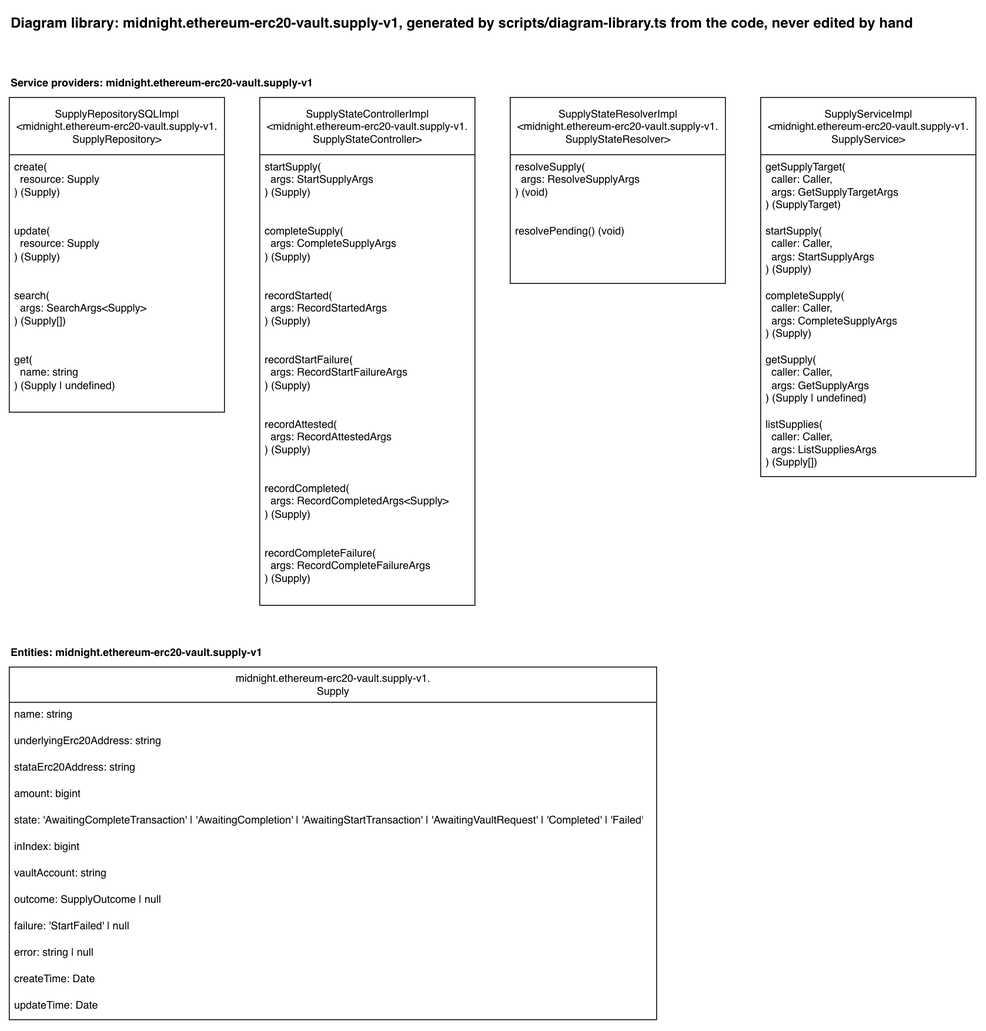
Before: docs/diagram-library/midnight/ethereum-erc20-vault/supply-v1/diagram-library.drawio.png, a diagram exported from draw.io (sig-net/full-stack-demo). Source tidied: cells renumbered, new cells last; positions are measured from the earlier drawing's top-left corner, leaving out a move shared by most shapes. The source it was exported from:
```xml
<mxGraphModel>
  <root>
    <mxCell id="0" />
    <mxCell id="1" parent="0" />
    <mxCell id="2" value="Diagram library: midnight.ethereum-erc20-vault.supply-v1, generated by scripts/diagram-library.ts from the code, never edited by hand" style="text;html=1;fontStyle=1;fontSize=16;" parent="1" vertex="1">
      <mxGeometry width="1064" height="30" as="geometry" />
    </mxCell>
    <mxCell id="3" value="Service providers: midnight.ethereum-erc20-vault.supply-v1" style="text;html=1;fontStyle=1;" parent="1" vertex="1">
      <mxGeometry y="70" width="369" height="20" as="geometry" />
    </mxCell>
    <mxCell id="4" value="SupplyRepositorySQLImpl&lt;br&gt;&amp;lt;midnight.ethereum-erc20-vault.supply-v1.&lt;br&gt;SupplyRepository&amp;gt;" style="swimlane;fontStyle=0;horizontal=1;startSize=65;fillColor=default;html=1;fillStyle=solid;" parent="1" vertex="1">
      <mxGeometry y="100" width="244" height="357" as="geometry" />
    </mxCell>
    <mxCell id="5" value="create(&lt;br&gt;&amp;nbsp; resource: Supply&lt;br&gt;) (Supply)" style="text;strokeColor=none;fillColor=none;align=left;verticalAlign=top;spacingLeft=4;spacingRight=4;overflow=hidden;whiteSpace=wrap;html=1;" parent="4" vertex="1">
      <mxGeometry y="65" width="244" height="73" as="geometry" />
    </mxCell>
    <mxCell id="6" value="update(&lt;br&gt;&amp;nbsp; resource: Supply&lt;br&gt;) (Supply)" style="text;strokeColor=none;fillColor=none;align=left;verticalAlign=top;spacingLeft=4;spacingRight=4;overflow=hidden;whiteSpace=wrap;html=1;" parent="4" vertex="1">
      <mxGeometry y="138" width="244" height="73" as="geometry" />
    </mxCell>
    <mxCell id="7" value="search(&lt;br&gt;&amp;nbsp; args: SearchArgs&amp;lt;Supply&amp;gt;&lt;br&gt;) (Supply[])" style="text;strokeColor=none;fillColor=none;align=left;verticalAlign=top;spacingLeft=4;spacingRight=4;overflow=hidden;whiteSpace=wrap;html=1;" parent="4" vertex="1">
      <mxGeometry y="211" width="244" height="73" as="geometry" />
    </mxCell>
    <mxCell id="8" value="get(&lt;br&gt;&amp;nbsp; name: string&lt;br&gt;) (Supply | undefined)" style="text;strokeColor=none;fillColor=none;align=left;verticalAlign=top;spacingLeft=4;spacingRight=4;overflow=hidden;whiteSpace=wrap;html=1;" parent="4" vertex="1">
      <mxGeometry y="284" width="244" height="73" as="geometry" />
    </mxCell>
    <mxCell id="9" value="SupplyStateControllerImpl&lt;br&gt;&amp;lt;midnight.ethereum-erc20-vault.supply-v1.&lt;br&gt;SupplyStateController&amp;gt;" style="swimlane;fontStyle=0;horizontal=1;startSize=65;fillColor=default;html=1;fillStyle=solid;" parent="1" vertex="1">
      <mxGeometry x="284" y="100" width="244" height="576" as="geometry" />
    </mxCell>
    <mxCell id="10" value="startSupply(&lt;br&gt;&amp;nbsp; args: StartSupplyArgs&lt;br&gt;) (Supply)" style="text;strokeColor=none;fillColor=none;align=left;verticalAlign=top;spacingLeft=4;spacingRight=4;overflow=hidden;whiteSpace=wrap;html=1;" parent="9" vertex="1">
      <mxGeometry y="65" width="244" height="73" as="geometry" />
    </mxCell>
    <mxCell id="11" value="completeSupply(&lt;br&gt;&amp;nbsp; args: CompleteSupplyArgs&lt;br&gt;) (Supply)" style="text;strokeColor=none;fillColor=none;align=left;verticalAlign=top;spacingLeft=4;spacingRight=4;overflow=hidden;whiteSpace=wrap;html=1;" parent="9" vertex="1">
      <mxGeometry y="138" width="244" height="73" as="geometry" />
    </mxCell>
    <mxCell id="12" value="recordStarted(&lt;br&gt;&amp;nbsp; args: RecordStartedArgs&lt;br&gt;) (Supply)" style="text;strokeColor=none;fillColor=none;align=left;verticalAlign=top;spacingLeft=4;spacingRight=4;overflow=hidden;whiteSpace=wrap;html=1;" parent="9" vertex="1">
      <mxGeometry y="211" width="244" height="73" as="geometry" />
    </mxCell>
    <mxCell id="13" value="recordStartFailure(&lt;br&gt;&amp;nbsp; args: RecordStartFailureArgs&lt;br&gt;) (Supply)" style="text;strokeColor=none;fillColor=none;align=left;verticalAlign=top;spacingLeft=4;spacingRight=4;overflow=hidden;whiteSpace=wrap;html=1;" parent="9" vertex="1">
      <mxGeometry y="284" width="244" height="73" as="geometry" />
    </mxCell>
    <mxCell id="14" value="recordAttested(&lt;br&gt;&amp;nbsp; args: RecordAttestedArgs&lt;br&gt;) (Supply)" style="text;strokeColor=none;fillColor=none;align=left;verticalAlign=top;spacingLeft=4;spacingRight=4;overflow=hidden;whiteSpace=wrap;html=1;" parent="9" vertex="1">
      <mxGeometry y="357" width="244" height="73" as="geometry" />
    </mxCell>
    <mxCell id="15" value="recordCompleted(&lt;br&gt;&amp;nbsp; args: RecordCompletedArgs&amp;lt;Supply&amp;gt;&lt;br&gt;) (Supply)" style="text;strokeColor=none;fillColor=none;align=left;verticalAlign=top;spacingLeft=4;spacingRight=4;overflow=hidden;whiteSpace=wrap;html=1;" parent="9" vertex="1">
      <mxGeometry y="430" width="244" height="73" as="geometry" />
    </mxCell>
    <mxCell id="16" value="recordCompleteFailure(&lt;br&gt;&amp;nbsp; args: RecordCompleteFailureArgs&lt;br&gt;) (Supply)" style="text;strokeColor=none;fillColor=none;align=left;verticalAlign=top;spacingLeft=4;spacingRight=4;overflow=hidden;whiteSpace=wrap;html=1;" parent="9" vertex="1">
      <mxGeometry y="503" width="244" height="73" as="geometry" />
    </mxCell>
    <mxCell id="17" value="SupplyStateResolverImpl&lt;br&gt;&amp;lt;midnight.ethereum-erc20-vault.supply-v1.&lt;br&gt;SupplyStateResolver&amp;gt;" style="swimlane;fontStyle=0;horizontal=1;startSize=65;fillColor=default;html=1;fillStyle=solid;" parent="1" vertex="1">
      <mxGeometry x="568" y="100" width="244" height="211" as="geometry" />
    </mxCell>
    <mxCell id="18" value="resolveSupply(&lt;br&gt;&amp;nbsp; args: ResolveSupplyArgs&lt;br&gt;) (void)" style="text;strokeColor=none;fillColor=none;align=left;verticalAlign=top;spacingLeft=4;spacingRight=4;overflow=hidden;whiteSpace=wrap;html=1;" parent="17" vertex="1">
      <mxGeometry y="65" width="244" height="73" as="geometry" />
    </mxCell>
    <mxCell id="19" value="resolvePending() (void)" style="text;strokeColor=none;fillColor=none;align=left;verticalAlign=top;spacingLeft=4;spacingRight=4;overflow=hidden;whiteSpace=wrap;html=1;" parent="17" vertex="1">
      <mxGeometry y="138" width="244" height="73" as="geometry" />
    </mxCell>
    <mxCell id="20" value="SupplyServiceImpl&lt;br&gt;&amp;lt;midnight.ethereum-erc20-vault.supply-v1.&lt;br&gt;SupplyService&amp;gt;" style="swimlane;fontStyle=0;horizontal=1;startSize=65;fillColor=default;html=1;fillStyle=solid;" parent="1" vertex="1">
      <mxGeometry x="852" y="100" width="244" height="430" as="geometry" />
    </mxCell>
    <mxCell id="21" value="getSupplyTarget(&lt;br&gt;&amp;nbsp; caller: Caller,&lt;br&gt;&amp;nbsp; args: GetSupplyTargetArgs&lt;br&gt;) (SupplyTarget)" style="text;strokeColor=none;fillColor=none;align=left;verticalAlign=top;spacingLeft=4;spacingRight=4;overflow=hidden;whiteSpace=wrap;html=1;" parent="20" vertex="1">
      <mxGeometry y="65" width="244" height="73" as="geometry" />
    </mxCell>
    <mxCell id="22" value="startSupply(&lt;br&gt;&amp;nbsp; caller: Caller,&lt;br&gt;&amp;nbsp; args: StartSupplyArgs&lt;br&gt;) (Supply)" style="text;strokeColor=none;fillColor=none;align=left;verticalAlign=top;spacingLeft=4;spacingRight=4;overflow=hidden;whiteSpace=wrap;html=1;" parent="20" vertex="1">
      <mxGeometry y="138" width="244" height="73" as="geometry" />
    </mxCell>
    <mxCell id="23" value="completeSupply(&lt;br&gt;&amp;nbsp; caller: Caller,&lt;br&gt;&amp;nbsp; args: CompleteSupplyArgs&lt;br&gt;) (Supply)" style="text;strokeColor=none;fillColor=none;align=left;verticalAlign=top;spacingLeft=4;spacingRight=4;overflow=hidden;whiteSpace=wrap;html=1;" parent="20" vertex="1">
      <mxGeometry y="211" width="244" height="73" as="geometry" />
    </mxCell>
    <mxCell id="24" value="getSupply(&lt;br&gt;&amp;nbsp; caller: Caller,&lt;br&gt;&amp;nbsp; args: GetSupplyArgs&lt;br&gt;) (Supply | undefined)" style="text;strokeColor=none;fillColor=none;align=left;verticalAlign=top;spacingLeft=4;spacingRight=4;overflow=hidden;whiteSpace=wrap;html=1;" parent="20" vertex="1">
      <mxGeometry y="284" width="244" height="73" as="geometry" />
    </mxCell>
    <mxCell id="25" value="listSupplies(&lt;br&gt;&amp;nbsp; caller: Caller,&lt;br&gt;&amp;nbsp; args: ListSuppliesArgs&lt;br&gt;) (Supply[])" style="text;strokeColor=none;fillColor=none;align=left;verticalAlign=top;spacingLeft=4;spacingRight=4;overflow=hidden;whiteSpace=wrap;html=1;" parent="20" vertex="1">
      <mxGeometry y="357" width="244" height="73" as="geometry" />
    </mxCell>
    <mxCell id="26" value="Entities: midnight.ethereum-erc20-vault.supply-v1" style="text;html=1;fontStyle=1;" parent="1" vertex="1">
      <mxGeometry y="716" width="310" height="20" as="geometry" />
    </mxCell>
    <mxCell id="27" value="midnight.ethereum-erc20-vault.supply-v1.&lt;br&gt;Supply" style="swimlane;fontStyle=0;horizontal=1;startSize=40;fillColor=default;html=1;fillStyle=solid;" parent="1" vertex="1">
      <mxGeometry y="746" width="734" height="400" as="geometry" />
    </mxCell>
    <mxCell id="28" value="name: string" style="text;strokeColor=none;fillColor=none;align=left;verticalAlign=top;spacingLeft=4;spacingRight=4;overflow=hidden;whiteSpace=wrap;html=1;" parent="27" vertex="1">
      <mxGeometry y="40" width="734" height="30" as="geometry" />
    </mxCell>
    <mxCell id="29" value="underlyingErc20Address: string" style="text;strokeColor=none;fillColor=none;align=left;verticalAlign=top;spacingLeft=4;spacingRight=4;overflow=hidden;whiteSpace=wrap;html=1;" parent="27" vertex="1">
      <mxGeometry y="70" width="734" height="30" as="geometry" />
    </mxCell>
    <mxCell id="30" value="stataErc20Address: string" style="text;strokeColor=none;fillColor=none;align=left;verticalAlign=top;spacingLeft=4;spacingRight=4;overflow=hidden;whiteSpace=wrap;html=1;" parent="27" vertex="1">
      <mxGeometry y="100" width="734" height="30" as="geometry" />
    </mxCell>
    <mxCell id="31" value="amount: bigint" style="text;strokeColor=none;fillColor=none;align=left;verticalAlign=top;spacingLeft=4;spacingRight=4;overflow=hidden;whiteSpace=wrap;html=1;" parent="27" vertex="1">
      <mxGeometry y="130" width="734" height="30" as="geometry" />
    </mxCell>
    <mxCell id="32" value="state: 'AwaitingCompleteTransaction' | 'AwaitingCompletion' | 'AwaitingStartTransaction' | 'AwaitingVaultRequest' | 'Completed' | 'Failed'" style="text;strokeColor=none;fillColor=none;align=left;verticalAlign=top;spacingLeft=4;spacingRight=4;overflow=hidden;whiteSpace=wrap;html=1;" parent="27" vertex="1">
      <mxGeometry y="160" width="734" height="30" as="geometry" />
    </mxCell>
    <mxCell id="33" value="inIndex: bigint" style="text;strokeColor=none;fillColor=none;align=left;verticalAlign=top;spacingLeft=4;spacingRight=4;overflow=hidden;whiteSpace=wrap;html=1;" parent="27" vertex="1">
      <mxGeometry y="190" width="734" height="30" as="geometry" />
    </mxCell>
    <mxCell id="34" value="vaultAccount: string" style="text;strokeColor=none;fillColor=none;align=left;verticalAlign=top;spacingLeft=4;spacingRight=4;overflow=hidden;whiteSpace=wrap;html=1;" parent="27" vertex="1">
      <mxGeometry y="220" width="734" height="30" as="geometry" />
    </mxCell>
    <mxCell id="35" value="outcome: SupplyOutcome | null" style="text;strokeColor=none;fillColor=none;align=left;verticalAlign=top;spacingLeft=4;spacingRight=4;overflow=hidden;whiteSpace=wrap;html=1;" parent="27" vertex="1">
      <mxGeometry y="250" width="734" height="30" as="geometry" />
    </mxCell>
    <mxCell id="36" value="failure: 'StartFailed' | null" style="text;strokeColor=none;fillColor=none;align=left;verticalAlign=top;spacingLeft=4;spacingRight=4;overflow=hidden;whiteSpace=wrap;html=1;" parent="27" vertex="1">
      <mxGeometry y="280" width="734" height="30" as="geometry" />
    </mxCell>
    <mxCell id="37" value="error: string | null" style="text;strokeColor=none;fillColor=none;align=left;verticalAlign=top;spacingLeft=4;spacingRight=4;overflow=hidden;whiteSpace=wrap;html=1;" parent="27" vertex="1">
      <mxGeometry y="310" width="734" height="30" as="geometry" />
    </mxCell>
    <mxCell id="38" value="createTime: Date" style="text;strokeColor=none;fillColor=none;align=left;verticalAlign=top;spacingLeft=4;spacingRight=4;overflow=hidden;whiteSpace=wrap;html=1;" parent="27" vertex="1">
      <mxGeometry y="340" width="734" height="30" as="geometry" />
    </mxCell>
    <mxCell id="39" value="updateTime: Date" style="text;strokeColor=none;fillColor=none;align=left;verticalAlign=top;spacingLeft=4;spacingRight=4;overflow=hidden;whiteSpace=wrap;html=1;" parent="27" vertex="1">
      <mxGeometry y="370" width="734" height="30" as="geometry" />
    </mxCell>
  </root>
</mxGraphModel>
```
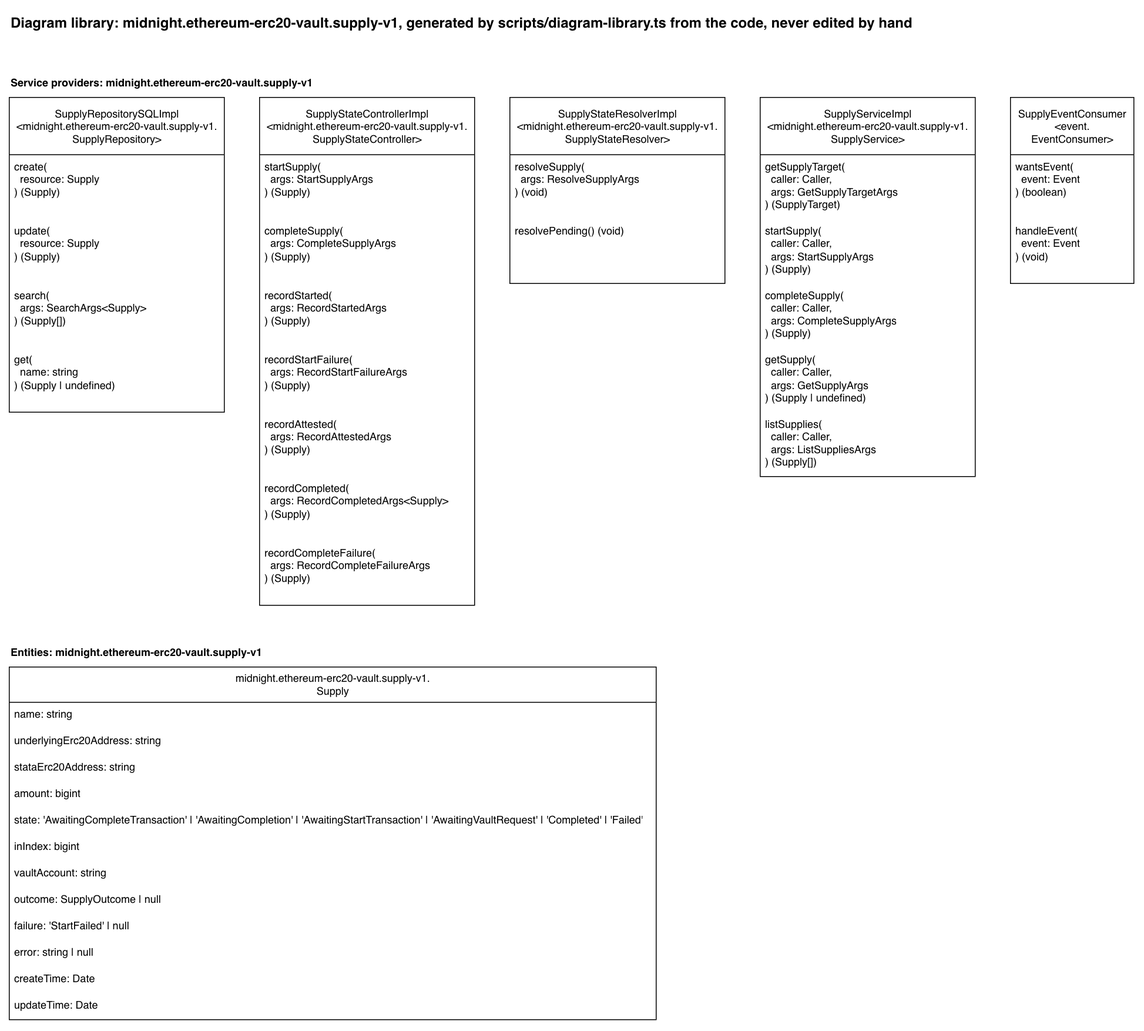
Above is the later version.

The edit, as a diff of the source:
```diff
@@ -74,6 +74,15 @@
     <mxCell id="25" value="listSupplies(&lt;br&gt;&amp;nbsp; caller: Caller,&lt;br&gt;&amp;nbsp; args: ListSuppliesArgs&lt;br&gt;) (Supply[])" style="text;strokeColor=none;fillColor=none;align=left;verticalAlign=top;spacingLeft=4;spacingRight=4;overflow=hidden;whiteSpace=wrap;html=1;" parent="20" vertex="1">
       <mxGeometry y="357" width="244" height="73" as="geometry" />
     </mxCell>
+    <mxCell id="40" value="SupplyEventConsumer&lt;br&gt;&amp;lt;event.&lt;br&gt;EventConsumer&amp;gt;" style="swimlane;fontStyle=0;horizontal=1;startSize=65;fillColor=default;html=1;fillStyle=solid;" parent="1" vertex="1">
+      <mxGeometry x="1136" y="100" width="140" height="211" as="geometry" />
+    </mxCell>
+    <mxCell id="41" value="wantsEvent(&lt;br&gt;&amp;nbsp; event: Event&lt;br&gt;) (boolean)" style="text;strokeColor=none;fillColor=none;align=left;verticalAlign=top;spacingLeft=4;spacingRight=4;overflow=hidden;whiteSpace=wrap;html=1;" parent="40" vertex="1">
+      <mxGeometry y="65" width="140" height="73" as="geometry" />
+    </mxCell>
+    <mxCell id="42" value="handleEvent(&lt;br&gt;&amp;nbsp; event: Event&lt;br&gt;) (void)" style="text;strokeColor=none;fillColor=none;align=left;verticalAlign=top;spacingLeft=4;spacingRight=4;overflow=hidden;whiteSpace=wrap;html=1;" parent="40" vertex="1">
+      <mxGeometry y="138" width="140" height="73" as="geometry" />
+    </mxCell>
     <mxCell id="26" value="Entities: midnight.ethereum-erc20-vault.supply-v1" style="text;html=1;fontStyle=1;" parent="1" vertex="1">
       <mxGeometry y="716" width="310" height="20" as="geometry" />
     </mxCell>
```
